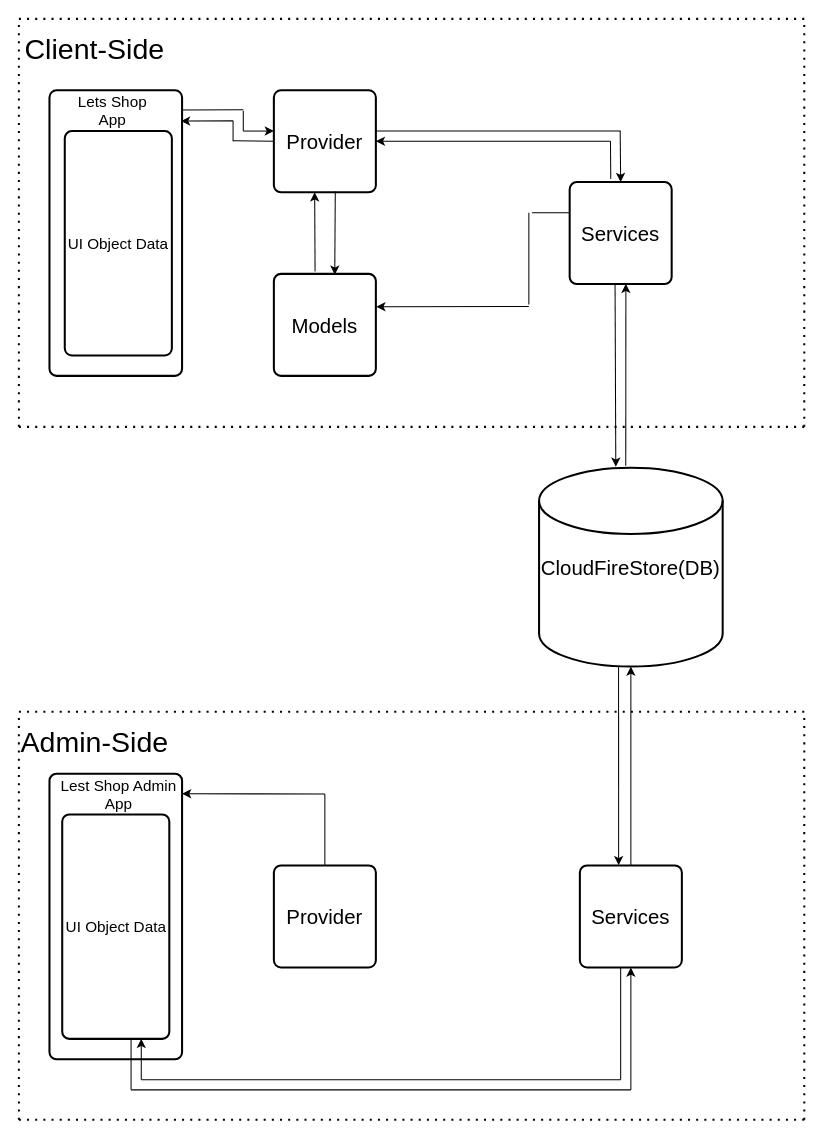
Before: page "Data Flow Program" (3 of 3) of flow_program.drawio in ambigo7/flutter_Ecommerce, a draw.io diagram. Source tidied: cells renumbered, new cells numbered last; positions are measured from the earlier drawing's top-left corner, leaving out a move shared by most shapes. Both pictures are drawn from the tidied source at 102%, with x=0, y=0 at pixel (17, 18).
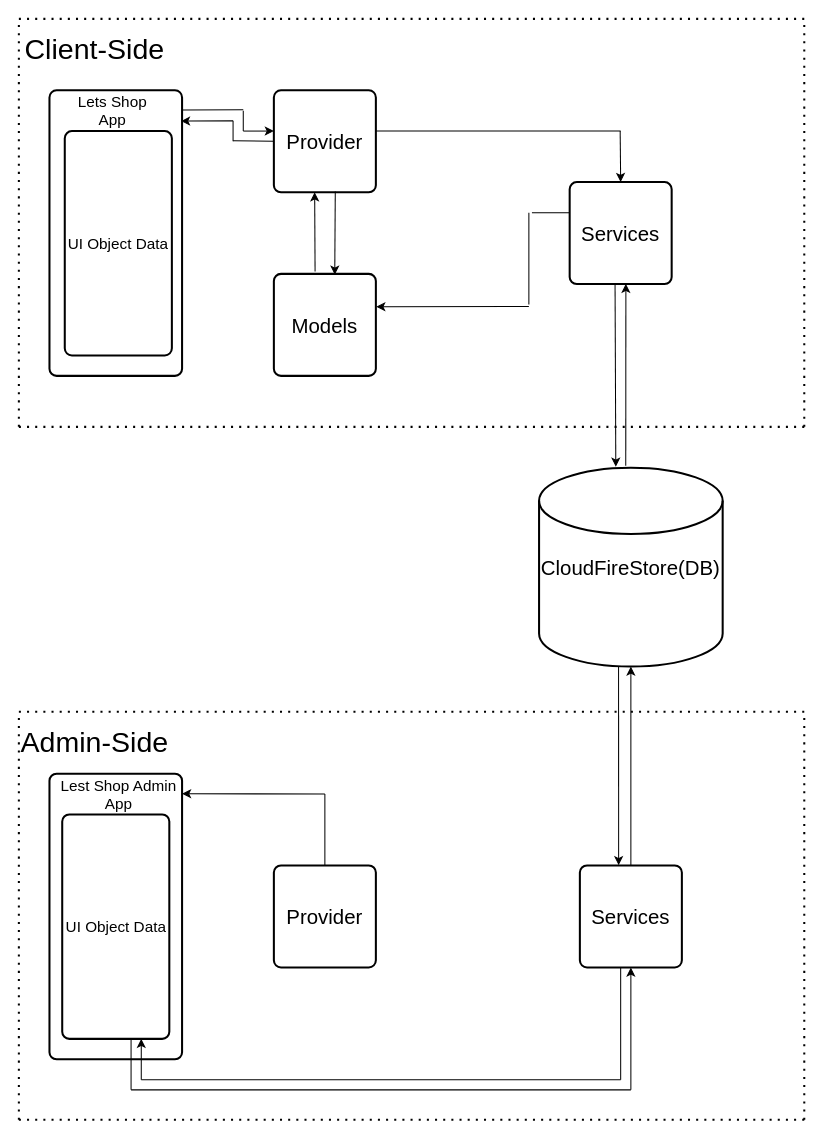
The same page after the edit.

The change refers to these unchanged cells:
```xml
<mxCell id="6" value="Services" style="rounded=1;whiteSpace=wrap;html=1;absoluteArcSize=1;arcSize=14;strokeWidth=2;fontSize=20;" parent="1" vertex="1">
  <mxGeometry x="541" y="160" width="100" height="100" as="geometry" />
</mxCell>
<mxCell id="8" value="Provider" style="rounded=1;whiteSpace=wrap;html=1;absoluteArcSize=1;arcSize=14;strokeWidth=2;fontSize=20;" parent="1" vertex="1">
  <mxGeometry x="251" y="70" width="100" height="100" as="geometry" />
</mxCell>
```

Diff of the diagram source:
```diff
@@
-    <mxCell id="28" style="endArrow=classic;html=1;fontSize=28;entryX=1;entryY=0.5;entryDx=0;entryDy=0;" parent="1" edge="1" target="8">
-      <mxGeometry relative="1" as="geometry">
-        <mxPoint x="581" y="120" as="sourcePoint" />
-      </mxGeometry>
-    </mxCell>
@@
-    <mxCell id="30" style="endArrow=none;html=1;fontSize=28;exitX=0.403;exitY=-0.031;exitDx=0;exitDy=0;exitPerimeter=0;" parent="1" edge="1" source="6">
-      <mxGeometry relative="1" as="geometry">
-        <mxPoint x="581" y="120" as="targetPoint" />
-      </mxGeometry>
-    </mxCell>
```
